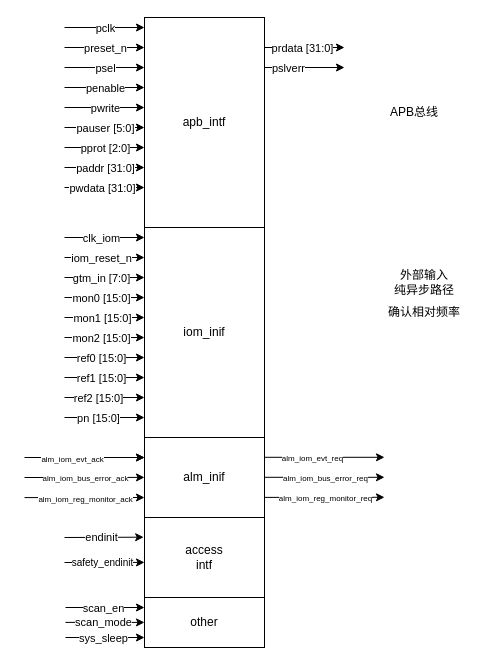
iceyxy/flow-chart-drawio keeps this draw.io diagram as page "第 1 页" (1 of 5) of drawio/iom.drawio. Above is the earlier version. Source tidied: cells renumbered, new cells numbered last; positions are measured from the earlier drawing's top-left corner, leaving out a move shared by most shapes. Both pictures are drawn from the tidied source at 100%, with x=0, y=0 at pixel (24, 17).
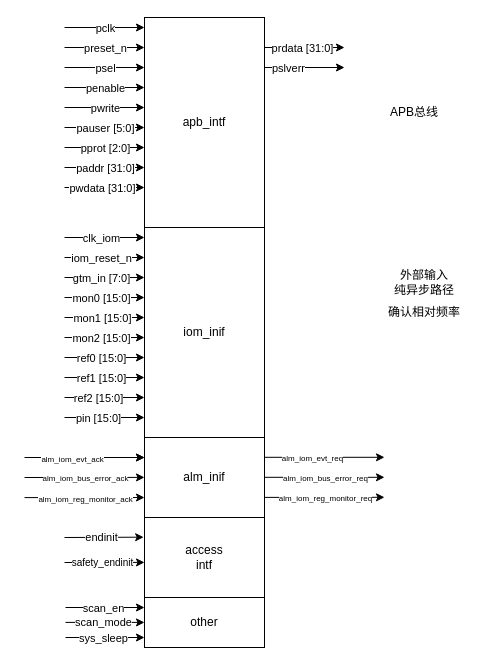
Above is the later version.

Unchanged cells that the change refers to:
```xml
<mxCell id="50" style="endArrow=classic;html=1;rounded=0;" parent="1" edge="1">
  <mxGeometry relative="1" as="geometry">
    <mxPoint x="40" y="400" as="sourcePoint" />
    <mxPoint x="120" y="400" as="targetPoint" />
  </mxGeometry>
</mxCell>
```

Diff of the diagram source:
```diff
@@
-    <mxCell id="51" value="pn [15:0]" style="edgeLabel;html=1;align=center;verticalAlign=middle;" parent="50" vertex="1">
+    <mxCell id="51" value="pin [15:0]" style="edgeLabel;html=1;align=center;verticalAlign=middle;" parent="50" vertex="1">
       <mxGeometry x="-0.52" y="-1" relative="1" as="geometry">
         <mxPoint x="14" y="-1" as="offset" />
       </mxGeometry>
     </mxCell>
```
